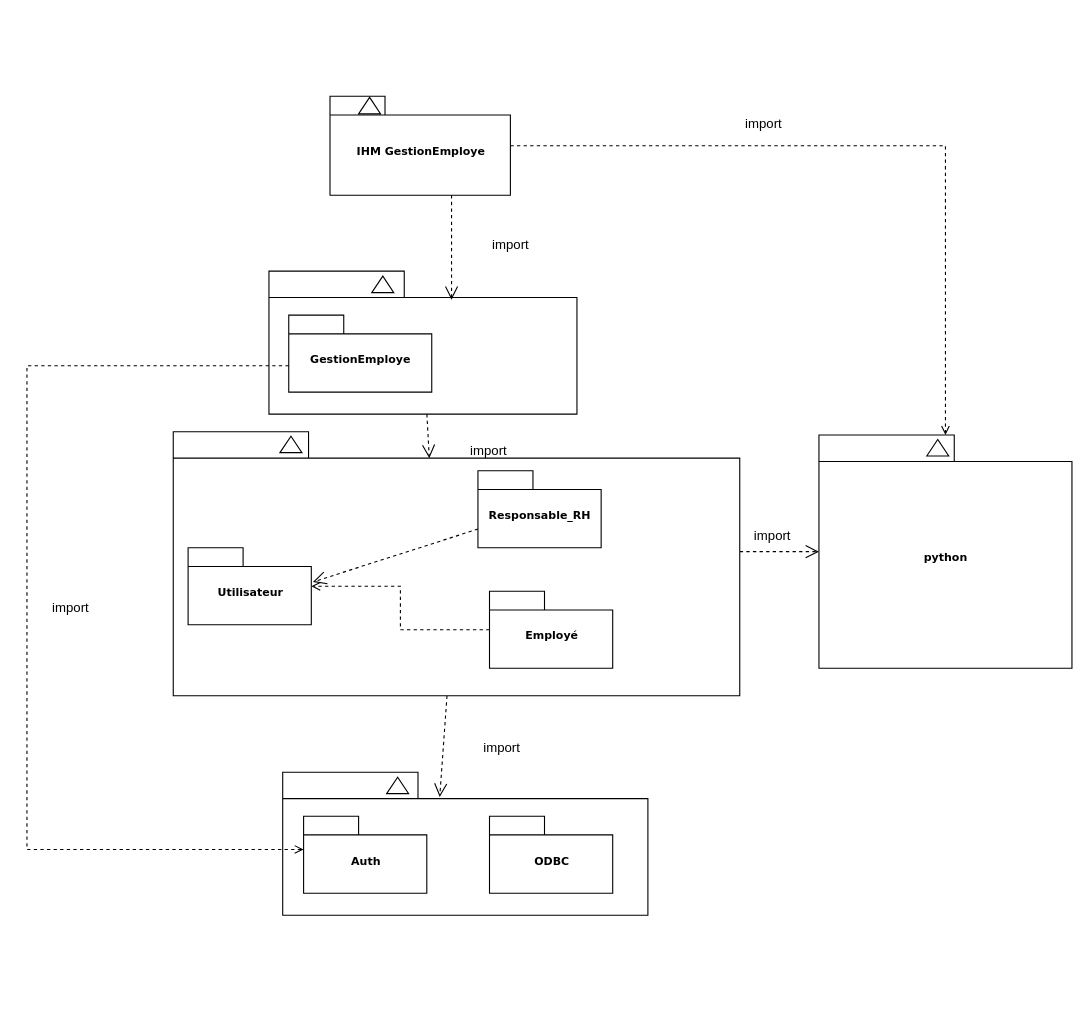
mediounieya/RH_site keeps this draw.io diagram as Diagramme sans nom.drawio. Above is the earlier version. Source tidied: cells renumbered, new cells numbered last; positions are measured from the earlier drawing's top-left corner, leaving out a move shared by most shapes. Both pictures are drawn from the tidied source at 110%, with x=0, y=0 at pixel (26, 94).
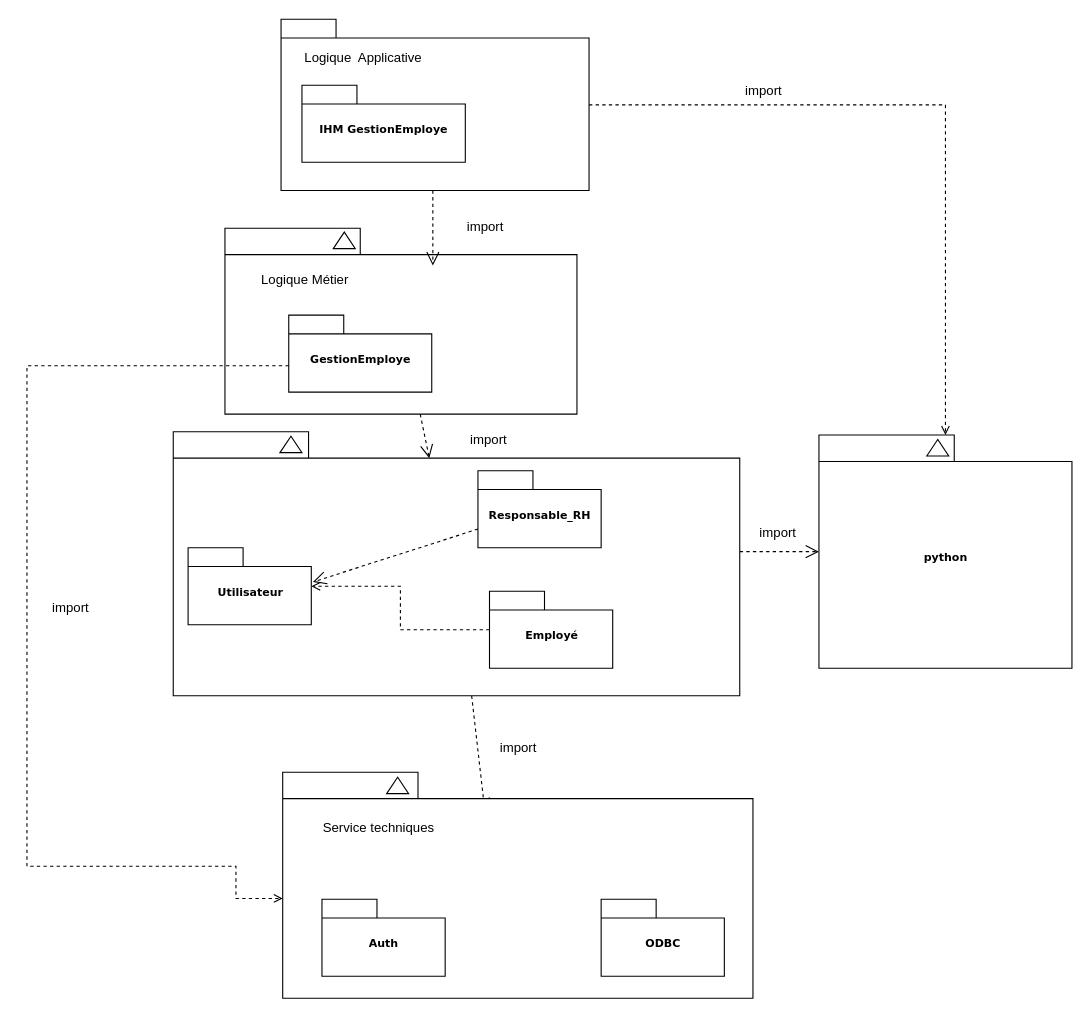
The same page after the edit.

Commit message:
Mettre à jour Diagramme sans nom.drawio

Unchanged cells that the change refers to:
```xml
<mxCell id="5" style="group;" parent="1" vertex="1">
  <mxGeometry x="220" y="161" width="280" height="130" as="geometry" />
</mxCell>
<mxCell id="8" value="GestionEmploye" style="shape=folder;fontStyle=1;spacingTop=10;tabWidth=50;tabHeight=17;tabPosition=left;html=1;rounded=0;shadow=0;comic=0;labelBackgroundColor=none;strokeWidth=1;fontFamily=Verdana;fontSize=10;align=center;" parent="5" vertex="1">
  <mxGeometry x="18" y="40" width="130" height="70" as="geometry" />
</mxCell>
```

What changed in the source:
```diff
@@
-    <mxCell id="2" style="group;" parent="1" vertex="1">
-      <mxGeometry x="275.5" y="2" width="164" height="90" as="geometry" />
-    </mxCell>
-    <mxCell id="3" value="IHM GestionEmploye" style="shape=folder;fontStyle=1;spacingTop=10;tabWidth=50;tabHeight=17;tabPosition=left;html=1;rounded=0;shadow=0;comic=0;labelBackgroundColor=none;strokeWidth=1;fontFamily=Verdana;fontSize=10;align=center;" parent="2" vertex="1">
-      <mxGeometry width="164" height="90" as="geometry" />
-    </mxCell>
-    <mxCell id="4" style="triangle;whiteSpace=wrap;html=1;rounded=0;shadow=0;comic=0;labelBackgroundColor=none;strokeWidth=1;fontFamily=Verdana;fontSize=10;align=center;rotation=-90;" parent="2" vertex="1">
-      <mxGeometry x="28.5" y="-1.5" width="15" height="20" as="geometry" />
-    </mxCell>
@@
     <mxCell id="6" style="shape=folder;fontStyle=1;spacingTop=10;tabWidth=123;tabHeight=24;tabPosition=left;html=1;rounded=0;shadow=0;comic=0;labelBackgroundColor=none;strokeWidth=1;fontFamily=Verdana;fontSize=10;align=center;" parent="5" vertex="1">
-      <mxGeometry width="280" height="130" as="geometry" />
+      <mxGeometry x="-40" y="-39" width="320" height="169" as="geometry" />
     </mxCell>
     <mxCell id="7" style="triangle;whiteSpace=wrap;html=1;rounded=0;shadow=0;comic=0;labelBackgroundColor=none;strokeWidth=1;fontFamily=Verdana;fontSize=10;align=center;rotation=-90;" parent="5" vertex="1">
-      <mxGeometry x="96" y="2" width="15" height="20" as="geometry" />
+      <mxGeometry x="61" y="-38" width="15" height="20" as="geometry" />
     </mxCell>
@@
+    <mxCell id="36" value="Logique Métier" style="text;html=1;whiteSpace=wrap;strokeColor=none;fillColor=none;align=center;verticalAlign=middle;rounded=0;" parent="5" vertex="1">
+      <mxGeometry x="-23" y="-7" width="112" height="30" as="geometry" />
+    </mxCell>
@@
     <mxCell id="21" style="shape=folder;fontStyle=1;spacingTop=10;tabWidth=123;tabHeight=24;tabPosition=left;html=1;rounded=0;shadow=0;comic=0;labelBackgroundColor=none;strokeWidth=1;fontFamily=Verdana;fontSize=10;align=center;" parent="1" vertex="1">
-      <mxGeometry x="232.5" y="616.5" width="332" height="130" as="geometry" />
+      <mxGeometry x="232.5" y="616.5" width="427.5" height="205.5" as="geometry" />
     </mxCell>
@@
     <mxCell id="23" value="Auth" style="shape=folder;fontStyle=1;spacingTop=10;tabWidth=50;tabHeight=17;tabPosition=left;html=1;rounded=0;shadow=0;comic=0;labelBackgroundColor=none;strokeWidth=1;fontFamily=Verdana;fontSize=10;align=center;" parent="1" vertex="1">
-      <mxGeometry x="251.5" y="656.5" width="112" height="70" as="geometry" />
+      <mxGeometry x="268.2" y="732" width="112" height="70" as="geometry" />
     </mxCell>
     <mxCell id="24" value="ODBC" style="shape=folder;fontStyle=1;spacingTop=10;tabWidth=50;tabHeight=17;tabPosition=left;html=1;rounded=0;shadow=0;comic=0;labelBackgroundColor=none;strokeWidth=1;fontFamily=Verdana;fontSize=10;align=center;" parent="1" vertex="1">
-      <mxGeometry x="420.5" y="656.5" width="112" height="70" as="geometry" />
+      <mxGeometry x="522" y="732" width="112" height="70" as="geometry" />
     </mxCell>
@@
     <mxCell id="28" value="import" style="text;html=1;whiteSpace=wrap;strokeColor=none;fillColor=none;align=center;verticalAlign=middle;rounded=0;" parent="1" vertex="1">
-      <mxGeometry x="410" y="122" width="60" height="30" as="geometry" />
+      <mxGeometry x="387" y="106" width="60" height="30" as="geometry" />
     </mxCell>
     <mxCell id="29" value="import" style="text;html=1;whiteSpace=wrap;strokeColor=none;fillColor=none;align=center;verticalAlign=middle;rounded=0;" parent="1" vertex="1">
-      <mxGeometry x="390" y="310" width="60" height="30" as="geometry" />
+      <mxGeometry x="390" y="300" width="60" height="30" as="geometry" />
     </mxCell>
     <mxCell id="30" value="import" style="text;html=1;whiteSpace=wrap;strokeColor=none;fillColor=none;align=center;verticalAlign=middle;rounded=0;" parent="1" vertex="1">
-      <mxGeometry x="402" y="580" width="60" height="30" as="geometry" />
+      <mxGeometry x="417" y="580" width="60" height="30" as="geometry" />
     </mxCell>
-    <mxCell id="31" style="edgeStyle=orthogonalEdgeStyle;rounded=0;jettySize=auto;html=1;entryX=0;entryY=0;entryDx=0;entryDy=30.25;entryPerimeter=0;dashed=1;endArrow=open;endFill=0;" parent="1" edge="1" source="8" target="23">
+    <mxCell id="31" style="edgeStyle=orthogonalEdgeStyle;rounded=0;jettySize=auto;html=1;entryX=0;entryY=0;entryDx=0;entryDy=114.75;entryPerimeter=0;dashed=1;endArrow=open;endFill=0;" parent="1" edge="1" source="8" target="21">
       <mxGeometry relative="1" as="geometry">
         <Array as="points">
           <mxPoint y="247" />
-          <mxPoint y="686.8" />
+          <mxPoint y="702" />
+          <mxPoint x="190" y="702" />
+          <mxPoint x="190" y="731.3" />
         </Array>
       </mxGeometry>
     </mxCell>
@@
     <mxCell id="34" value="import" style="text;html=1;whiteSpace=wrap;strokeColor=none;fillColor=none;align=center;verticalAlign=middle;rounded=0;" parent="1" vertex="1">
-      <mxGeometry x="640" y="12" width="60" height="30" as="geometry" />
+      <mxGeometry x="640" y="-18" width="60" height="30" as="geometry" />
     </mxCell>
     <mxCell id="35" value="import" style="text;html=1;whiteSpace=wrap;strokeColor=none;fillColor=none;align=center;verticalAlign=middle;rounded=0;" parent="1" vertex="1">
-      <mxGeometry x="648" y="386.5" width="60" height="30" as="geometry" />
+      <mxGeometry x="653" y="383.5" width="60" height="30" as="geometry" />
     </mxCell>
+    <mxCell id="3" style="shape=folder;fontStyle=1;spacingTop=10;tabWidth=50;tabHeight=17;tabPosition=left;html=1;rounded=0;shadow=0;comic=0;labelBackgroundColor=none;strokeWidth=1;fontFamily=Verdana;fontSize=10;align=center;" parent="1" vertex="1">
+      <mxGeometry x="231" y="-68" width="280" height="155.7" as="geometry" />
+    </mxCell>
+    <mxCell id="37" value="IHM GestionEmploye" style="shape=folder;fontStyle=1;spacingTop=10;tabWidth=50;tabHeight=17;tabPosition=left;html=1;rounded=0;shadow=0;comic=0;labelBackgroundColor=none;strokeColor=#000000;strokeWidth=1;fillColor=#ffffff;fontFamily=Verdana;fontSize=10;fontColor=#000000;align=center;" parent="1" vertex="1">
+      <mxGeometry x="250" y="-8" width="148.5" height="70" as="geometry" />
+    </mxCell>
+    <mxCell id="38" value="Logique&amp;nbsp; Applicative" style="text;html=1;whiteSpace=wrap;strokeColor=none;fillColor=none;align=center;verticalAlign=middle;rounded=0;" parent="1" vertex="1">
+      <mxGeometry x="250" y="-48" width="112" height="30" as="geometry" />
+    </mxCell>
+    <mxCell id="39" value="Service techniques" style="text;html=1;whiteSpace=wrap;strokeColor=none;fillColor=none;align=center;verticalAlign=middle;rounded=0;" parent="1" vertex="1">
+      <mxGeometry x="250" y="652" width="140" height="30" as="geometry" />
+    </mxCell>
```
